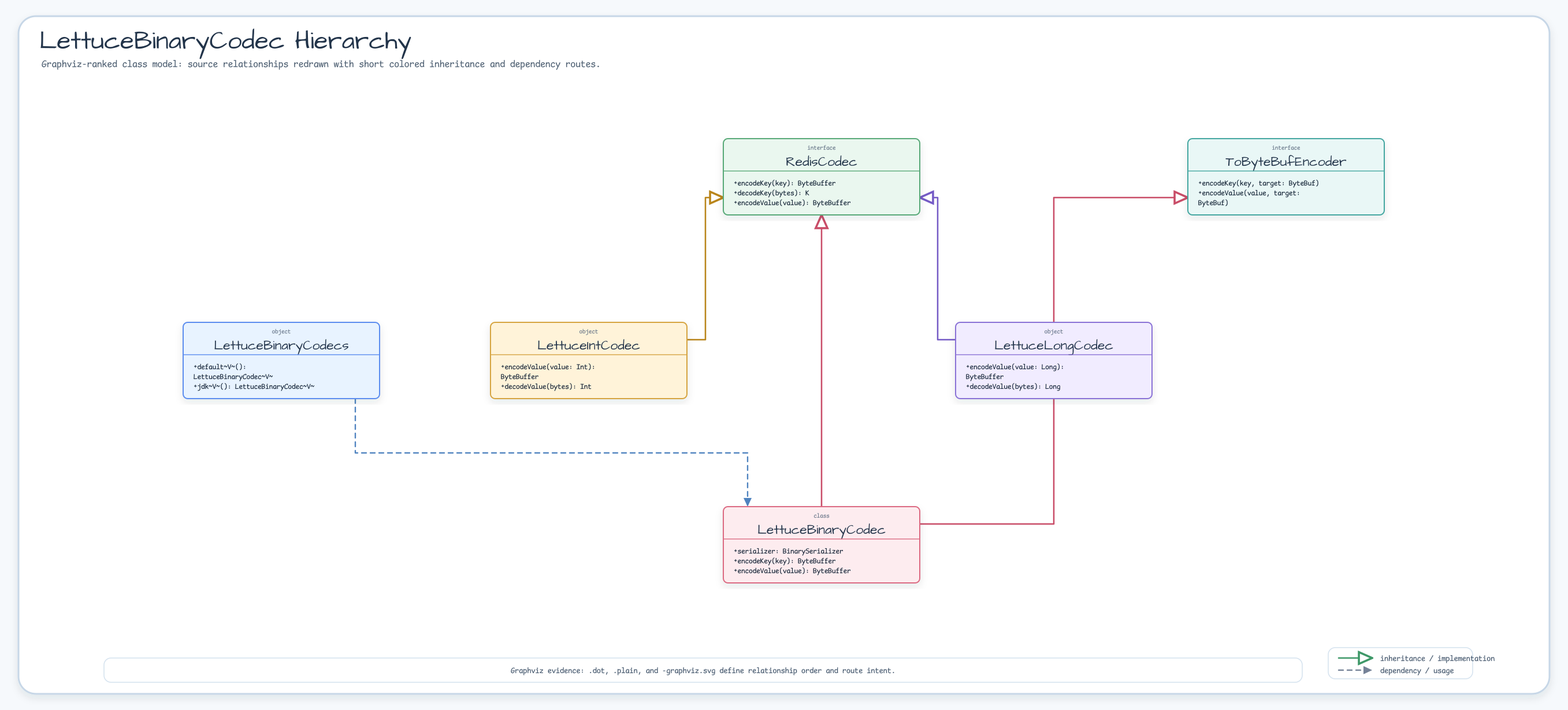
bluetape4k/bluetape4k-projects keeps this Graphviz diagram as docs/images/readme-diagrams/infra-lettuce-diagram-02.png. Above is the earlier version. Its source is kept beside it as docs/images/readme-diagrams/infra-lettuce-diagram-02.dot. Source of this version:
```dot
digraph G {
  graph [rankdir=TB, splines=ortho, nodesep=0.95, ranksep=1.2, outputorder=edgesfirst, pack=false, sep="+0.9,0.9"];
  node [shape=box, style="rounded,filled", fontname="Comic Mono", fontsize=11, margin="0.16,0.10", width=2.8, height=1.05];
  edge [fontname="Comic Mono", fontsize=10, arrowsize=0.75, penwidth=1.8];
  LettuceBinaryCodecs [label="LettuceBinaryCodecs", fillcolor="#E8F3FF", color="#5B8DEF"];
  RedisCodec [label="RedisCodec", fillcolor="#EAF7EF", color="#58A978"];
  ToByteBufEncoder [label="ToByteBufEncoder", fillcolor="#E9F7F6", color="#45A7A1"];
  LettuceIntCodec [label="LettuceIntCodec", fillcolor="#FFF3D9", color="#D6A441"];
  LettuceBinaryCodec [label="LettuceBinaryCodec", fillcolor="#FDECEF", color="#DC6B82"];
  LettuceLongCodec [label="LettuceLongCodec", fillcolor="#F1ECFF", color="#8A72D6"];
  { rank=source; RedisCodec; ToByteBufEncoder; }
  LettuceBinaryCodecs -> LettuceBinaryCodec [color="#4F83BF", fontcolor="#4F83BF", style="dashed", arrowhead="none", weight=2];
  RedisCodec -> LettuceLongCodec [color="#755BC6", fontcolor="#755BC6", style="solid", arrowhead="none", weight=10];
  RedisCodec -> LettuceIntCodec [color="#B9851B", fontcolor="#B9851B", style="solid", arrowhead="none", weight=10];
  ToByteBufEncoder -> LettuceBinaryCodec [color="#C94D68", fontcolor="#C94D68", style="solid", arrowhead="none", weight=10];
  RedisCodec -> LettuceBinaryCodec [color="#C94D68", fontcolor="#C94D68", style="solid", arrowhead="none", weight=10];
}
```
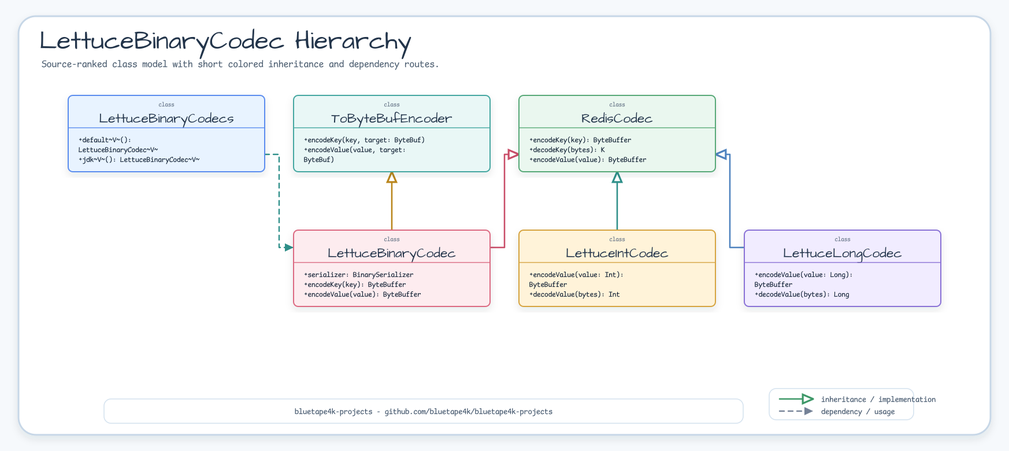
The same file after the commit.

Change to the diagram source:
```diff
@@ -8,10 +8,9 @@
   LettuceIntCodec [label="LettuceIntCodec", fillcolor="#FFF3D9", color="#D6A441"];
   LettuceBinaryCodec [label="LettuceBinaryCodec", fillcolor="#FDECEF", color="#DC6B82"];
   LettuceLongCodec [label="LettuceLongCodec", fillcolor="#F1ECFF", color="#8A72D6"];
-  { rank=source; RedisCodec; ToByteBufEncoder; }
-  LettuceBinaryCodecs -> LettuceBinaryCodec [color="#4F83BF", fontcolor="#4F83BF", style="dashed", arrowhead="none", weight=2];
-  RedisCodec -> LettuceLongCodec [color="#755BC6", fontcolor="#755BC6", style="solid", arrowhead="none", weight=10];
-  RedisCodec -> LettuceIntCodec [color="#B9851B", fontcolor="#B9851B", style="solid", arrowhead="none", weight=10];
-  ToByteBufEncoder -> LettuceBinaryCodec [color="#C94D68", fontcolor="#C94D68", style="solid", arrowhead="none", weight=10];
+  LettuceBinaryCodecs -> LettuceBinaryCodec [color="#2E8F89", fontcolor="#2E8F89", style="dashed", arrowhead="none", weight=2];
+  RedisCodec -> LettuceLongCodec [color="#4F83BF", fontcolor="#4F83BF", style="solid", arrowhead="none", weight=10];
+  RedisCodec -> LettuceIntCodec [color="#2E8F89", fontcolor="#2E8F89", style="solid", arrowhead="none", weight=10];
+  ToByteBufEncoder -> LettuceBinaryCodec [color="#B9851B", fontcolor="#B9851B", style="solid", arrowhead="none", weight=10];
   RedisCodec -> LettuceBinaryCodec [color="#C94D68", fontcolor="#C94D68", style="solid", arrowhead="none", weight=10];
 }
```
